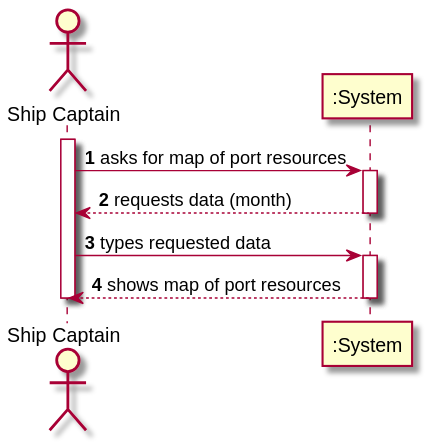
The PlantUML diagram docs/Sprint 3/US/US310/US310_SSD.svg in 1190772/LAB-Project-3, before a commit.
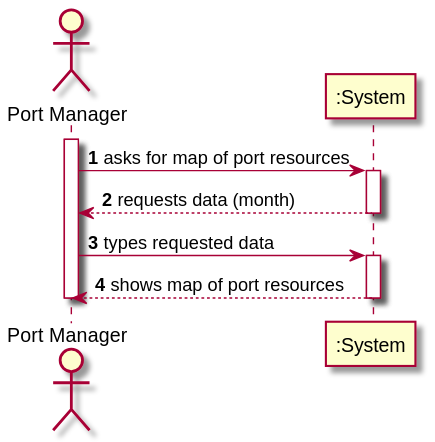
The same diagram one commit later.

Commit message:
LAP22G33-125 US310 SSD correction.

Change to the diagram source:
```diff
@@ -2,21 +2,21 @@
 
 autonumber
 
-actor "Ship Captain" as SP
+actor "Port Manager" as PM
 
-activate SP
-SP -> ":System" : asks for map of port resources
+activate PM
+PM -> ":System" : asks for map of port resources
 
 activate ":System"
-":System" --> "SP" : requests data (month)
+":System" --> "PM" : requests data (month)
 deactivate ":System"
 
-SP -> ":System" : types requested data
+PM -> ":System" : types requested data
 
 activate ":System"
-":System" --> SP : shows map of port resources
+":System" --> PM : shows map of port resources
 deactivate ":System"
 
-deactivate SP
+deactivate PM
 
 @enduml
```
